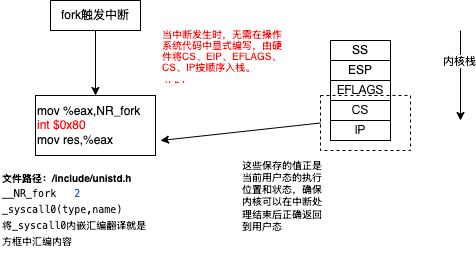
Earlier version of the draw.io export linux_fork.png (zhaole0606/pic). Source tidied: cells renumbered, new cells last; positions are measured from the earlier drawing's top-left corner, leaving out a move shared by most shapes.
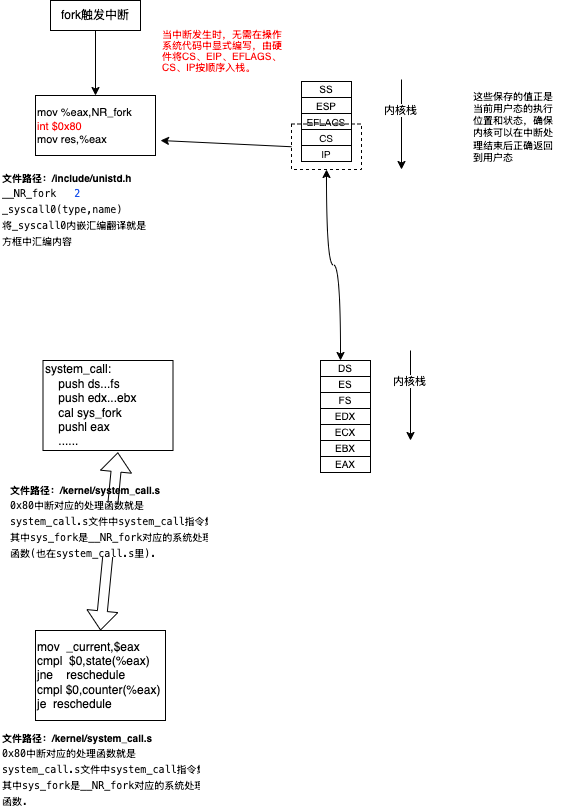
Above is the later version.

The edit, as a diff of the source:
```diff
@@ -2,13 +2,16 @@
   <root>
     <mxCell id="0" />
     <mxCell id="1" parent="0" />
+    <mxCell id="17" style="shape=flexArrow;endArrow=classic;startArrow=classic;html=1;rounded=0;exitX=0.5;exitY=0;exitDx=0;exitDy=0;entryX=0.576;entryY=1.02;entryDx=0;entryDy=0;entryPerimeter=0;" parent="1" edge="1" source="30" target="18">
+      <mxGeometry relative="1" as="geometry" />
+    </mxCell>
     <mxCell id="2" style="edgeStyle=orthogonalEdgeStyle;rounded=0;jettySize=auto;html=1;" parent="1" edge="1" source="3" target="4">
       <mxGeometry relative="1" as="geometry" />
     </mxCell>
     <mxCell id="3" value="fork触发中断" style="rounded=0;whiteSpace=wrap;html=1;" parent="1" vertex="1">
       <mxGeometry x="50" width="90" height="30" as="geometry" />
     </mxCell>
-    <mxCell id="4" value="mov %eax,NR_fork&lt;div&gt;&lt;font color=&quot;#ff0000&quot;&gt;int $0x80&lt;/font&gt;&lt;/div&gt;&lt;div&gt;mov res,%eax&lt;/div&gt;" style="whiteSpace=wrap;html=1;rounded=0;align=left;" parent="1" vertex="1">
+    <mxCell id="4" value="&lt;font style=&quot;font-size: 11px;&quot;&gt;mov %eax,NR_fork&lt;/font&gt;&lt;div style=&quot;font-size: 11px;&quot;&gt;&lt;font style=&quot;font-size: 11px;&quot; color=&quot;#ff0000&quot;&gt;int $0x80&lt;/font&gt;&lt;/div&gt;&lt;div style=&quot;font-size: 11px;&quot;&gt;&lt;font style=&quot;font-size: 11px;&quot;&gt;mov res,%eax&lt;/font&gt;&lt;/div&gt;" style="whiteSpace=wrap;html=1;rounded=0;align=left;" parent="1" vertex="1">
       <mxGeometry x="35" y="95" width="120" height="60" as="geometry" />
     </mxCell>
     <mxCell id="5" value="&lt;p style=&quot;line-height: 90%;&quot;&gt;&lt;/p&gt;&lt;h1 style=&quot;margin-top: 0px; line-height: 60%; font-size: 10px;&quot;&gt;&lt;font style=&quot;font-size: 10px;&quot;&gt;文件路径：/include/unistd.h&lt;/font&gt;&lt;/h1&gt;&lt;div style=&quot;line-height: 60%; font-size: 10px;&quot;&gt;&lt;div style=&quot;background-color: rgb(255, 255, 255); color: rgb(8, 8, 8); line-height: 60%;&quot;&gt;&lt;pre style=&quot;font-family: &amp;quot;JetBrains Mono&amp;quot;, monospace; line-height: 60%;&quot;&gt;&lt;font style=&quot;font-size: 10px;&quot;&gt;__NR_fork   &lt;span style=&quot;color:#1750eb;&quot;&gt;2&lt;/span&gt;&lt;/font&gt;&lt;/pre&gt;&lt;pre style=&quot;font-family: &amp;quot;JetBrains Mono&amp;quot;, monospace; line-height: 60%;&quot;&gt;&lt;div style=&quot;line-height: 60%;&quot;&gt;&lt;pre style=&quot;font-family: &amp;quot;JetBrains Mono&amp;quot;, monospace; line-height: 60%;&quot;&gt;&lt;font style=&quot;font-size: 10px;&quot;&gt;_syscall0(type,name)&lt;/font&gt;&lt;/pre&gt;&lt;pre style=&quot;font-family: &amp;quot;JetBrains Mono&amp;quot;, monospace; line-height: 60%;&quot;&gt;&lt;font style=&quot;font-size: 10px;&quot;&gt;将_syscall0内嵌汇编翻译就是&lt;/font&gt;&lt;/pre&gt;&lt;pre style=&quot;font-family: &amp;quot;JetBrains Mono&amp;quot;, monospace; line-height: 60%;&quot;&gt;&lt;font style=&quot;font-size: 10px;&quot;&gt;方框中汇编内容 &lt;/font&gt;&lt;/pre&gt;&lt;/div&gt;&lt;/pre&gt;&lt;/div&gt;&lt;/div&gt;&lt;p&gt;&lt;/p&gt;" style="text;html=1;whiteSpace=wrap;overflow=hidden;rounded=0;verticalAlign=middle;" parent="1" vertex="1">
@@ -16,41 +19,86 @@
     </mxCell>
     <mxCell id="6" style="endArrow=classic;html=1;rounded=0;" parent="1" edge="1">
       <mxGeometry relative="1" as="geometry">
-        <mxPoint x="460" y="30" as="sourcePoint" />
-        <mxPoint x="460" y="120" as="targetPoint" />
+        <mxPoint x="401" y="79" as="sourcePoint" />
+        <mxPoint x="401" y="169" as="targetPoint" />
       </mxGeometry>
     </mxCell>
     <mxCell id="7" value="内核栈" style="edgeLabel;html=1;align=center;verticalAlign=middle;" parent="6" vertex="1">
       <mxGeometry x="-0.31" y="-1" relative="1" as="geometry" />
     </mxCell>
-    <mxCell id="8" value="SS" style="rounded=0;whiteSpace=wrap;html=1;" parent="1" vertex="1">
-      <mxGeometry x="330" y="40" width="60" height="20" as="geometry" />
+    <mxCell id="8" value="&lt;font style=&quot;font-size: 10px;&quot;&gt;SS&lt;/font&gt;" style="rounded=0;whiteSpace=wrap;html=1;" parent="1" vertex="1">
+      <mxGeometry x="301" y="81" width="50" height="16" as="geometry" />
     </mxCell>
-    <mxCell id="9" value="ESP" style="rounded=0;whiteSpace=wrap;html=1;" parent="1" vertex="1">
-      <mxGeometry x="330" y="60" width="60" height="20" as="geometry" />
+    <mxCell id="9" value="ESP" style="rounded=0;whiteSpace=wrap;html=1;fontSize=10;" parent="1" vertex="1">
+      <mxGeometry x="301" y="97" width="50" height="16" as="geometry" />
     </mxCell>
-    <mxCell id="10" value="&lt;span style=&quot;font-family: -webkit-standard; text-align: start; caret-color: rgb(0, 0, 0);&quot;&gt;&lt;font style=&quot;font-size: 12px;&quot;&gt;EFLAGS&lt;/font&gt;&lt;/span&gt;" style="rounded=0;whiteSpace=wrap;html=1;" parent="1" vertex="1">
-      <mxGeometry x="330" y="80" width="60" height="20" as="geometry" />
+    <mxCell id="10" value="&lt;span style=&quot;font-family: -webkit-standard; text-align: start; caret-color: rgb(0, 0, 0); font-size: 10px;&quot;&gt;&lt;font style=&quot;font-size: 10px;&quot;&gt;EFLAGS&lt;/font&gt;&lt;/span&gt;" style="rounded=0;whiteSpace=wrap;html=1;fontSize=10;" parent="1" vertex="1">
+      <mxGeometry x="301" y="113" width="50" height="16" as="geometry" />
     </mxCell>
-    <mxCell id="11" value="&lt;span style=&quot;font-family: -webkit-standard; text-align: start; caret-color: rgb(0, 0, 0);&quot;&gt;&lt;font style=&quot;font-size: 12px;&quot;&gt;CS&lt;/font&gt;&lt;/span&gt;" style="rounded=0;whiteSpace=wrap;html=1;" parent="1" vertex="1">
-      <mxGeometry x="330" y="100" width="60" height="20" as="geometry" />
+    <mxCell id="11" value="&lt;span style=&quot;font-family: -webkit-standard; text-align: start; caret-color: rgb(0, 0, 0); font-size: 10px;&quot;&gt;&lt;font style=&quot;font-size: 10px;&quot;&gt;CS&lt;/font&gt;&lt;/span&gt;" style="rounded=0;whiteSpace=wrap;html=1;fontSize=10;" parent="1" vertex="1">
+      <mxGeometry x="301" y="129" width="50" height="16" as="geometry" />
     </mxCell>
-    <mxCell id="12" value="&lt;span style=&quot;font-family: -webkit-standard; text-align: start; caret-color: rgb(0, 0, 0);&quot;&gt;&lt;font style=&quot;font-size: 12px;&quot;&gt;IP&lt;/font&gt;&lt;/span&gt;" style="rounded=0;whiteSpace=wrap;html=1;" parent="1" vertex="1">
-      <mxGeometry x="330" y="120" width="60" height="20" as="geometry" />
+    <mxCell id="12" value="&lt;span style=&quot;font-family: -webkit-standard; text-align: start; caret-color: rgb(0, 0, 0); font-size: 10px;&quot;&gt;&lt;font style=&quot;font-size: 10px;&quot;&gt;IP&lt;/font&gt;&lt;/span&gt;" style="rounded=0;whiteSpace=wrap;html=1;fontSize=10;" parent="1" vertex="1">
+      <mxGeometry x="301" y="145" width="50" height="16" as="geometry" />
     </mxCell>
-    <mxCell id="13" value="&lt;p style=&quot;line-height: 50%;&quot;&gt;&lt;/p&gt;&lt;h1 style=&quot;margin-top: 0px; line-height: 110%; font-size: 10px;&quot;&gt;&lt;span style=&quot;font-weight: normal;&quot;&gt;&lt;font color=&quot;#ff0000&quot;&gt;&lt;font style=&quot;font-size: 10px;&quot;&gt;当中断发生时，无需在操作系统代码中显式编写，由硬件将CS、EIP、EFLAGS、CS&lt;/font&gt;、IP按顺序入栈。&lt;/font&gt;&lt;/span&gt;&lt;/h1&gt;&lt;div&gt;&lt;font color=&quot;#ff0000&quot;&gt;此时&lt;/font&gt;&lt;/div&gt;&lt;p&gt;&lt;/p&gt;" style="text;html=1;whiteSpace=wrap;overflow=hidden;rounded=0;" parent="1" vertex="1">
+    <mxCell id="13" value="&lt;p style=&quot;line-height: 50%;&quot;&gt;&lt;/p&gt;&lt;h1 style=&quot;margin-top: 0px; line-height: 110%; font-size: 10px;&quot;&gt;&lt;span style=&quot;font-weight: normal;&quot;&gt;&lt;font color=&quot;#ff0000&quot;&gt;&lt;font style=&quot;font-size: 10px;&quot;&gt;当中断发生时，无需在操作系统代码中显式编写，由硬件将CS、EIP、EFLAGS、CS&lt;/font&gt;、IP按顺序入栈。&lt;/font&gt;&lt;/span&gt;&lt;/h1&gt;&lt;p&gt;&lt;/p&gt;" style="text;html=1;whiteSpace=wrap;overflow=hidden;rounded=0;" parent="1" vertex="1">
       <mxGeometry x="160" y="10" width="130" height="70" as="geometry" />
     </mxCell>
     <mxCell id="14" style="rounded=0;whiteSpace=wrap;html=1;dashed=1;fillColor=none;" parent="1" vertex="1">
-      <mxGeometry x="320" y="95" width="90" height="55" as="geometry" />
+      <mxGeometry x="291" y="123.5" width="70" height="45.5" as="geometry" />
     </mxCell>
     <mxCell id="15" value="&lt;h1 style=&quot;margin-top: 0px; line-height: 34%;&quot;&gt;&lt;span style=&quot;caret-color: rgb(0, 0, 0); font-family: -webkit-standard; font-weight: 400;&quot;&gt;&lt;font style=&quot;font-size: 10px;&quot;&gt;这些保存的值正是当前用户态的执行位置和状态，确保内核可以在中断处理结束后正确返回到用户态&lt;/font&gt;&lt;/span&gt;&lt;br&gt;&lt;/h1&gt;" style="text;html=1;whiteSpace=wrap;overflow=hidden;rounded=0;" parent="1" vertex="1">
-      <mxGeometry x="240" y="150" width="90" height="110" as="geometry" />
+      <mxGeometry x="471" y="81" width="90" height="110" as="geometry" />
     </mxCell>
     <mxCell id="16" style="endArrow=classic;html=1;rounded=0;exitX=0;exitY=0.5;exitDx=0;exitDy=0;" parent="1" edge="1" source="14">
       <mxGeometry relative="1" as="geometry">
         <mxPoint x="160" y="140" as="targetPoint" />
       </mxGeometry>
     </mxCell>
+    <mxCell id="18" value="system_call:&lt;div&gt;&lt;span style=&quot;background-color: initial;&quot;&gt;&amp;nbsp; &amp;nbsp; push ds...fs&lt;/span&gt;&lt;/div&gt;&lt;div&gt;&lt;span style=&quot;background-color: initial;&quot;&gt;&amp;nbsp; &amp;nbsp; push edx...ebx&amp;nbsp;&lt;/span&gt;&lt;/div&gt;&lt;div&gt;&lt;span style=&quot;background-color: initial;&quot;&gt;&amp;nbsp; &amp;nbsp; cal sys_fork&lt;/span&gt;&lt;/div&gt;&lt;div&gt;&lt;span style=&quot;background-color: initial;&quot;&gt;&amp;nbsp; &amp;nbsp; pushl eax&lt;/span&gt;&lt;/div&gt;&lt;div&gt;&amp;nbsp; &amp;nbsp; ......&lt;/div&gt;" style="whiteSpace=wrap;html=1;rounded=0;align=left;" parent="1" vertex="1">
+      <mxGeometry x="42.5" y="360" width="130" height="90" as="geometry" />
+    </mxCell>
+    <mxCell id="19" value="&lt;span style=&quot;font-size: 10px;&quot;&gt;DS&lt;/span&gt;" style="rounded=0;whiteSpace=wrap;html=1;" parent="1" vertex="1">
+      <mxGeometry x="320" y="360" width="50" height="16" as="geometry" />
+    </mxCell>
+    <mxCell id="20" value="&lt;span style=&quot;font-size: 10px;&quot;&gt;ES&lt;/span&gt;" style="rounded=0;whiteSpace=wrap;html=1;" parent="1" vertex="1">
+      <mxGeometry x="320" y="376" width="50" height="16" as="geometry" />
+    </mxCell>
+    <mxCell id="21" value="&lt;span style=&quot;font-size: 10px;&quot;&gt;FS&lt;/span&gt;" style="rounded=0;whiteSpace=wrap;html=1;" parent="1" vertex="1">
+      <mxGeometry x="320" y="392" width="50" height="16" as="geometry" />
+    </mxCell>
+    <mxCell id="22" value="&lt;span style=&quot;font-size: 10px;&quot;&gt;EDX&lt;/span&gt;" style="rounded=0;whiteSpace=wrap;html=1;" parent="1" vertex="1">
+      <mxGeometry x="320" y="408" width="50" height="16" as="geometry" />
+    </mxCell>
+    <mxCell id="23" value="&lt;span style=&quot;font-size: 10px;&quot;&gt;ECX&lt;/span&gt;" style="rounded=0;whiteSpace=wrap;html=1;" parent="1" vertex="1">
+      <mxGeometry x="320" y="424" width="50" height="16" as="geometry" />
+    </mxCell>
+    <mxCell id="24" value="&lt;span style=&quot;font-size: 10px;&quot;&gt;EBX&lt;/span&gt;" style="rounded=0;whiteSpace=wrap;html=1;" parent="1" vertex="1">
+      <mxGeometry x="320" y="440" width="50" height="16" as="geometry" />
+    </mxCell>
+    <mxCell id="25" value="&lt;p style=&quot;line-height: 90%;&quot;&gt;&lt;/p&gt;&lt;h1 style=&quot;margin-top: 0px; line-height: 60%; font-size: 10px;&quot;&gt;&lt;font style=&quot;font-size: 10px;&quot;&gt;文件路径：/kernel/system_call.s&lt;/font&gt;&lt;/h1&gt;&lt;div style=&quot;line-height: 60%; font-size: 10px;&quot;&gt;&lt;div style=&quot;background-color: rgb(255, 255, 255); color: rgb(8, 8, 8); line-height: 60%;&quot;&gt;&lt;pre style=&quot;font-family: &amp;quot;JetBrains Mono&amp;quot;, monospace; line-height: 60%;&quot;&gt;0x80中断对应的处理函数就是&lt;/pre&gt;&lt;pre style=&quot;font-family: &amp;quot;JetBrains Mono&amp;quot;, monospace; line-height: 60%;&quot;&gt;system_call.s文件中system_call指令集&lt;/pre&gt;&lt;pre style=&quot;font-family: &amp;quot;JetBrains Mono&amp;quot;, monospace; line-height: 60%;&quot;&gt;其中sys_fork是__NR_fork对应的系统处理&lt;/pre&gt;&lt;pre style=&quot;font-family: &amp;quot;JetBrains Mono&amp;quot;, monospace; line-height: 60%;&quot;&gt;函数(也在system_call.s里).&lt;/pre&gt;&lt;/div&gt;&lt;/div&gt;&lt;p&gt;&lt;/p&gt;" style="text;html=1;whiteSpace=wrap;overflow=hidden;rounded=0;verticalAlign=middle;" parent="1" vertex="1">
+      <mxGeometry x="7.5" y="472" width="200" height="90" as="geometry" />
+    </mxCell>
+    <mxCell id="26" style="endArrow=classic;html=1;rounded=0;" parent="1" edge="1">
+      <mxGeometry relative="1" as="geometry">
+        <mxPoint x="410" y="350" as="sourcePoint" />
+        <mxPoint x="410" y="440" as="targetPoint" />
+      </mxGeometry>
+    </mxCell>
+    <mxCell id="27" value="内核栈" style="edgeLabel;html=1;align=center;verticalAlign=middle;" parent="26" vertex="1">
+      <mxGeometry x="-0.31" y="-1" relative="1" as="geometry" />
+    </mxCell>
+    <mxCell id="28" style="endArrow=classic;html=1;rounded=0;edgeStyle=orthogonalEdgeStyle;startArrow=classic;startFill=1;curved=1;exitX=0.4;exitY=0;exitDx=0;exitDy=0;exitPerimeter=0;" parent="1" edge="1" source="19" target="14">
+      <mxGeometry relative="1" as="geometry" />
+    </mxCell>
+    <mxCell id="29" value="&lt;span style=&quot;font-size: 10px;&quot;&gt;EAX&lt;/span&gt;" style="rounded=0;whiteSpace=wrap;html=1;" parent="1" vertex="1">
+      <mxGeometry x="320" y="456" width="50" height="16" as="geometry" />
+    </mxCell>
+    <mxCell id="30" value="mov&amp;nbsp; _current,$eax&lt;div&gt;cmpl&amp;nbsp; $0,state(%eax)&lt;/div&gt;&lt;div&gt;jne&amp;nbsp; &amp;nbsp; reschedule&lt;/div&gt;&lt;div&gt;cmpl $0,counter(%eax)&lt;/div&gt;&lt;div&gt;je&amp;nbsp; reschedule&lt;/div&gt;" style="whiteSpace=wrap;html=1;rounded=0;align=left;" parent="1" vertex="1">
+      <mxGeometry x="35" y="630" width="130" height="90" as="geometry" />
+    </mxCell>
+    <mxCell id="31" value="&lt;p style=&quot;line-height: 90%;&quot;&gt;&lt;/p&gt;&lt;h1 style=&quot;margin-top: 0px; line-height: 60%; font-size: 10px;&quot;&gt;&lt;font style=&quot;font-size: 10px;&quot;&gt;文件路径：/kernel/system_call.s&lt;/font&gt;&lt;/h1&gt;&lt;div style=&quot;line-height: 60%; font-size: 10px;&quot;&gt;&lt;div style=&quot;background-color: rgb(255, 255, 255); color: rgb(8, 8, 8); line-height: 60%;&quot;&gt;&lt;pre style=&quot;font-family: &amp;quot;JetBrains Mono&amp;quot;, monospace; line-height: 60%;&quot;&gt;0x80中断对应的处理函数就是&lt;/pre&gt;&lt;pre style=&quot;font-family: &amp;quot;JetBrains Mono&amp;quot;, monospace; line-height: 60%;&quot;&gt;system_call.s文件中system_call指令集&lt;/pre&gt;&lt;pre style=&quot;font-family: &amp;quot;JetBrains Mono&amp;quot;, monospace; line-height: 60%;&quot;&gt;其中sys_fork是__NR_fork对应的系统处理&lt;/pre&gt;&lt;pre style=&quot;font-family: &amp;quot;JetBrains Mono&amp;quot;, monospace; line-height: 60%;&quot;&gt;函数.&lt;/pre&gt;&lt;/div&gt;&lt;/div&gt;&lt;p&gt;&lt;/p&gt;" style="text;html=1;whiteSpace=wrap;overflow=hidden;rounded=0;verticalAlign=middle;" parent="1" vertex="1">
+      <mxGeometry y="720" width="200" height="90" as="geometry" />
+    </mxCell>
   </root>
 </mxGraphModel>
```
